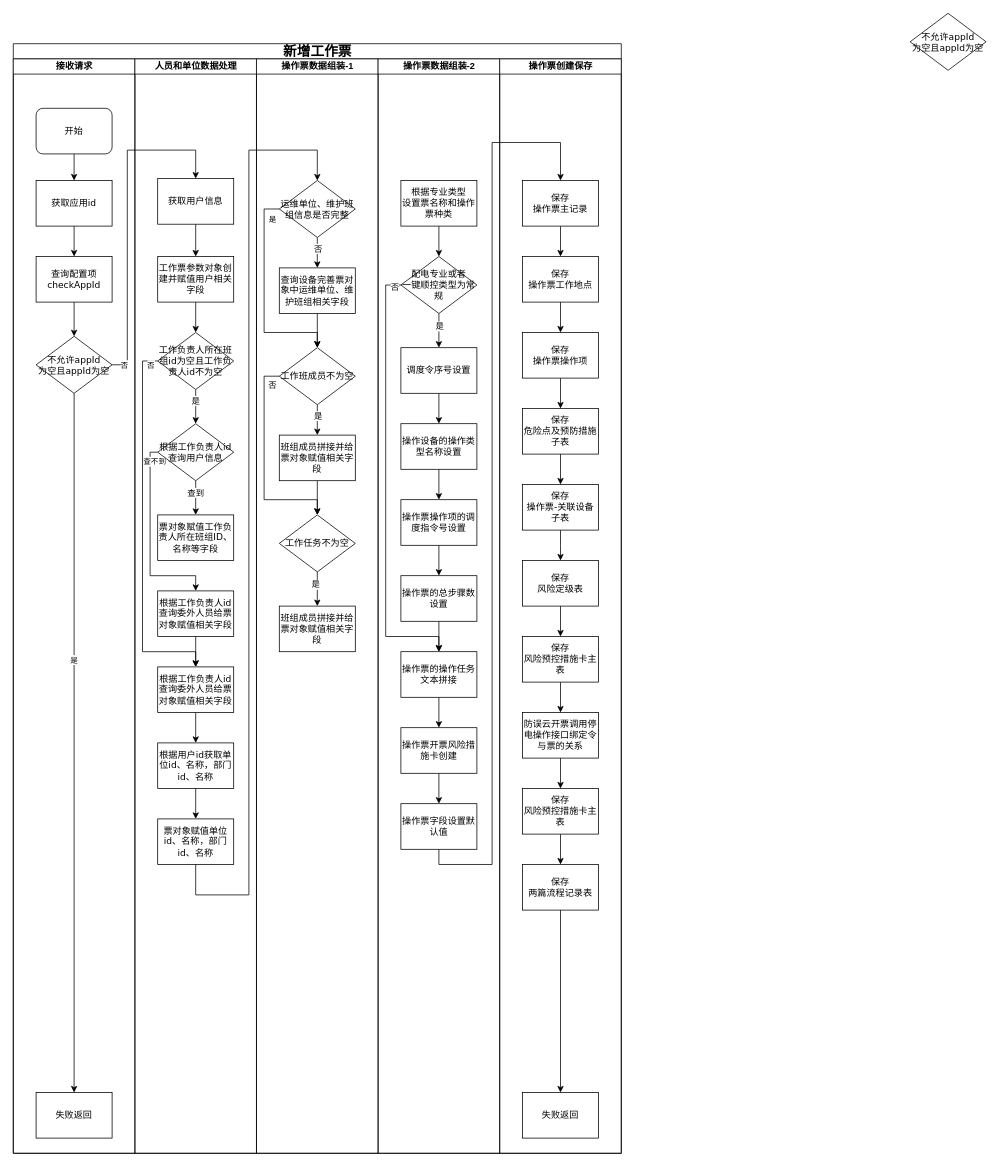
Above: 新建工作票.drawio in wwwwbo/myDraw (draw.io), before the change. Source tidied: cells renumbered, new cells numbered last; positions are measured from the earlier drawing's top-left corner, leaving out a move shared by most shapes. Both pictures are drawn from the tidied source at 76%, with x=0, y=0 at pixel (13, 13).
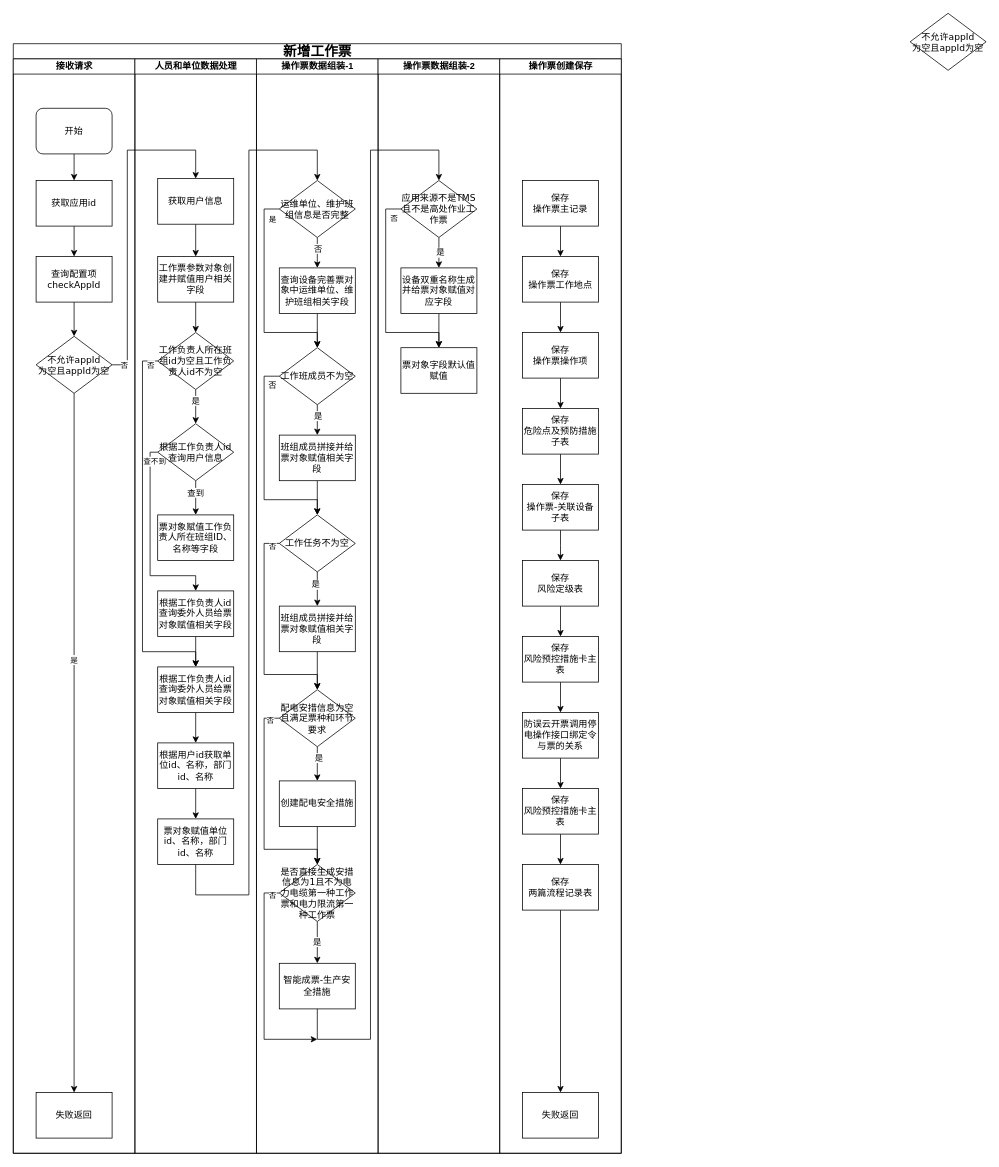
The same diagram, later.

Commit message (it also covers changes not shown here):
更新新建工作票.drawio

The change refers to these unchanged cells:
```xml
<mxCell id="2" value="&lt;font style=&quot;font-size: 18px;&quot;&gt;新增工作票&lt;/font&gt;" style="swimlane;html=1;startSize=20;rounded=0;shadow=0;labelBackgroundColor=none;strokeWidth=1;fontFamily=Verdana;fontSize=8;align=center;" parent="1" vertex="1">
  <mxGeometry y="40" width="800" height="1460" as="geometry" />
</mxCell>
<mxCell id="37" value="操作票数据组装-1" style="swimlane;html=1;startSize=20;" parent="2" vertex="1">
  <mxGeometry x="320" y="20" width="160" height="1440" as="geometry" />
</mxCell>
<mxCell id="54" value="&lt;span style=&quot;font-size: 12px;&quot;&gt;工作任务不为空&lt;/span&gt;" style="rhombus;whiteSpace=wrap;html=1;rounded=0;shadow=0;labelBackgroundColor=none;strokeWidth=1;fontFamily=Verdana;fontSize=8;align=center;" parent="37" vertex="1">
  <mxGeometry x="30" y="600" width="100" height="75" as="geometry" />
</mxCell>
<mxCell id="55" value="&lt;span style=&quot;font-size: 12px;&quot;&gt;班组成员拼接并给票对象赋值相关字段&lt;/span&gt;" style="whiteSpace=wrap;html=1;fontSize=8;fontFamily=Verdana;rounded=0;shadow=0;labelBackgroundColor=none;strokeWidth=1;" parent="37" vertex="1">
  <mxGeometry x="30" y="720" width="100" height="60" as="geometry" />
</mxCell>
<mxCell id="56" value="操作票数据组装-2" style="swimlane;html=1;startSize=20;" parent="2" vertex="1">
  <mxGeometry x="480" y="20" width="160" height="1440" as="geometry" />
</mxCell>
<mxCell id="79" value="&lt;div&gt;&lt;span style=&quot;font-size: 12px;&quot;&gt;保存&lt;/span&gt;&lt;span style=&quot;font-size: 12px;&quot;&gt;&lt;/span&gt;&lt;/div&gt;&lt;div&gt;&lt;span style=&quot;font-size: 12px;&quot;&gt;操作票主记录&lt;/span&gt;&lt;/div&gt;" style="whiteSpace=wrap;html=1;fontSize=8;fontFamily=Verdana;rounded=0;shadow=0;labelBackgroundColor=none;strokeWidth=1;" parent="77" vertex="1">
  <mxGeometry x="30" y="160" width="100" height="60" as="geometry" />
</mxCell>
```

What changed in the source:
```diff
@@
+    <mxCell id="104" style="edgeStyle=orthogonalEdgeStyle;rounded=0;jettySize=auto;html=1;exitX=0;exitY=0.5;exitDx=0;exitDy=0;" parent="37" edge="1" source="54">
+      <mxGeometry relative="1" as="geometry">
+        <mxPoint x="80" y="830" as="targetPoint" />
+        <Array as="points">
+          <mxPoint x="10" y="637" />
+          <mxPoint x="10" y="810" />
+          <mxPoint x="80" y="810" />
+        </Array>
+      </mxGeometry>
+    </mxCell>
+    <mxCell id="105" value="&lt;font style=&quot;font-size: 10px;&quot;&gt;否&lt;/font&gt;" style="edgeLabel;html=1;align=center;verticalAlign=middle;" parent="104" vertex="1">
+      <mxGeometry x="-0.93" y="3" relative="1" as="geometry" />
+    </mxCell>
@@
+    <mxCell id="106" style="edgeStyle=orthogonalEdgeStyle;rounded=0;jettySize=auto;html=1;exitX=0.5;exitY=1;exitDx=0;exitDy=0;" parent="37" edge="1" source="55" target="111">
+      <mxGeometry relative="1" as="geometry" />
+    </mxCell>
@@
+    <mxCell id="107" style="edgeStyle=orthogonalEdgeStyle;rounded=0;jettySize=auto;html=1;exitX=0.5;exitY=1;exitDx=0;exitDy=0;" parent="37" edge="1" source="111" target="113">
+      <mxGeometry relative="1" as="geometry" />
+    </mxCell>
+    <mxCell id="108" value="是" style="edgeLabel;html=1;align=center;verticalAlign=middle;" parent="107" vertex="1">
+      <mxGeometry x="-0.39" y="1" relative="1" as="geometry" />
+    </mxCell>
+    <mxCell id="109" style="edgeStyle=orthogonalEdgeStyle;rounded=0;jettySize=auto;html=1;exitX=0;exitY=0.5;exitDx=0;exitDy=0;entryX=0.5;entryY=0;entryDx=0;entryDy=0;" parent="37" edge="1" source="111" target="118">
+      <mxGeometry relative="1" as="geometry">
+        <Array as="points">
+          <mxPoint x="10" y="867" />
+          <mxPoint x="10" y="1040" />
+          <mxPoint x="80" y="1040" />
+        </Array>
+      </mxGeometry>
+    </mxCell>
+    <mxCell id="110" value="&lt;font style=&quot;font-size: 10px;&quot;&gt;否&lt;/font&gt;" style="edgeLabel;html=1;align=center;verticalAlign=middle;" parent="109" vertex="1">
+      <mxGeometry x="-0.91" y="2" relative="1" as="geometry" />
+    </mxCell>
+    <mxCell id="111" value="&lt;span style=&quot;font-size: 12px;&quot;&gt;配电安措信息为空且满足票种和环节要求&lt;/span&gt;" style="rhombus;whiteSpace=wrap;html=1;rounded=0;shadow=0;labelBackgroundColor=none;strokeWidth=1;fontFamily=Verdana;fontSize=8;align=center;" parent="37" vertex="1">
+      <mxGeometry x="30" y="830" width="100" height="75" as="geometry" />
+    </mxCell>
+    <mxCell id="112" style="edgeStyle=orthogonalEdgeStyle;rounded=0;jettySize=auto;html=1;exitX=0.5;exitY=1;exitDx=0;exitDy=0;" parent="37" edge="1" source="113" target="118">
+      <mxGeometry relative="1" as="geometry" />
+    </mxCell>
+    <mxCell id="113" value="&lt;span style=&quot;font-size: 12px;&quot;&gt;创建配电安全措施&lt;/span&gt;" style="whiteSpace=wrap;html=1;fontSize=8;fontFamily=Verdana;rounded=0;shadow=0;labelBackgroundColor=none;strokeWidth=1;" parent="37" vertex="1">
+      <mxGeometry x="30" y="950" width="100" height="60" as="geometry" />
+    </mxCell>
+    <mxCell id="114" style="edgeStyle=orthogonalEdgeStyle;rounded=0;jettySize=auto;html=1;exitX=0.5;exitY=1;exitDx=0;exitDy=0;entryX=0.5;entryY=0;entryDx=0;entryDy=0;" parent="37" edge="1" source="118" target="119">
+      <mxGeometry relative="1" as="geometry" />
+    </mxCell>
+    <mxCell id="115" value="是" style="edgeLabel;html=1;align=center;verticalAlign=middle;" parent="114" vertex="1">
+      <mxGeometry x="-0.07" y="-1" relative="1" as="geometry" />
+    </mxCell>
+    <mxCell id="116" style="edgeStyle=orthogonalEdgeStyle;rounded=0;jettySize=auto;html=1;exitX=0;exitY=0.5;exitDx=0;exitDy=0;" parent="37" edge="1" source="118">
+      <mxGeometry relative="1" as="geometry">
+        <mxPoint x="80" y="1290" as="targetPoint" />
+        <Array as="points">
+          <mxPoint x="10" y="1097" />
+          <mxPoint x="10" y="1290" />
+        </Array>
+      </mxGeometry>
+    </mxCell>
+    <mxCell id="117" value="&lt;font style=&quot;font-size: 10px;&quot;&gt;否&lt;/font&gt;" style="edgeLabel;html=1;align=center;verticalAlign=middle;" parent="116" vertex="1">
+      <mxGeometry x="-0.93" y="3" relative="1" as="geometry" />
+    </mxCell>
+    <mxCell id="118" value="&lt;span style=&quot;font-size: 12px;&quot;&gt;是否直接生成安措信息为1且不为电力电缆第一种工作票和电力限流第一种工作票&lt;/span&gt;" style="rhombus;whiteSpace=wrap;html=1;rounded=0;shadow=0;labelBackgroundColor=none;strokeWidth=1;fontFamily=Verdana;fontSize=8;align=center;" parent="37" vertex="1">
+      <mxGeometry x="30" y="1060" width="100" height="75" as="geometry" />
+    </mxCell>
+    <mxCell id="119" value="&lt;span style=&quot;font-size: 12px;&quot;&gt;智能成票-生产安全措施&lt;/span&gt;" style="whiteSpace=wrap;html=1;fontSize=8;fontFamily=Verdana;rounded=0;shadow=0;labelBackgroundColor=none;strokeWidth=1;" parent="37" vertex="1">
+      <mxGeometry x="30" y="1190" width="100" height="60" as="geometry" />
+    </mxCell>
@@
-    <mxCell id="57" style="edgeStyle=orthogonalEdgeStyle;rounded=0;jettySize=auto;html=1;entryX=0.5;entryY=0;entryDx=0;entryDy=0;" parent="56" edge="1" source="58" target="63">
-      <mxGeometry relative="1" as="geometry" />
-    </mxCell>
-    <mxCell id="58" value="&lt;span style=&quot;font-size: 12px;&quot;&gt;根据专业类型&lt;/span&gt;&lt;div&gt;&lt;span style=&quot;font-size: 12px;&quot;&gt;设置票名称和操作票种类&lt;/span&gt;&lt;/div&gt;" style="whiteSpace=wrap;html=1;fontSize=8;fontFamily=Verdana;rounded=0;shadow=0;labelBackgroundColor=none;strokeWidth=1;" parent="56" vertex="1">
-      <mxGeometry x="30" y="160" width="100" height="60" as="geometry" />
-    </mxCell>
-    <mxCell id="59" style="edgeStyle=orthogonalEdgeStyle;rounded=0;jettySize=auto;html=1;exitX=0.5;exitY=1;exitDx=0;exitDy=0;" parent="56" edge="1" source="63" target="65">
-      <mxGeometry relative="1" as="geometry" />
-    </mxCell>
-    <mxCell id="60" value="是" style="edgeLabel;html=1;align=center;verticalAlign=middle;" parent="59" vertex="1">
-      <mxGeometry x="-0.31" relative="1" as="geometry" />
-    </mxCell>
-    <mxCell id="61" style="edgeStyle=orthogonalEdgeStyle;rounded=0;jettySize=auto;html=1;exitX=0;exitY=0.5;exitDx=0;exitDy=0;entryX=0.5;entryY=0;entryDx=0;entryDy=0;" parent="56" edge="1" source="63" target="73">
-      <mxGeometry relative="1" as="geometry">
-        <Array as="points">
-          <mxPoint x="10" y="298" />
-          <mxPoint x="10" y="760" />
-          <mxPoint x="80" y="760" />
-        </Array>
-      </mxGeometry>
-    </mxCell>
-    <mxCell id="62" value="否" style="edgeLabel;html=1;align=center;verticalAlign=middle;" parent="61" vertex="1">
-      <mxGeometry x="-0.98" y="1" relative="1" as="geometry">
-        <mxPoint x="-3" y="1" as="offset" />
-      </mxGeometry>
-    </mxCell>
-    <mxCell id="63" value="&lt;span style=&quot;font-size: 12px;&quot;&gt;配电专业或者&lt;/span&gt;&lt;div&gt;&lt;span style=&quot;font-size: 12px;&quot;&gt;一键顺控类型为常规&lt;/span&gt;&lt;/div&gt;" style="rhombus;whiteSpace=wrap;html=1;rounded=0;shadow=0;labelBackgroundColor=none;strokeWidth=1;fontFamily=Verdana;fontSize=8;align=center;" parent="56" vertex="1">
-      <mxGeometry x="30" y="260" width="100" height="75" as="geometry" />
-    </mxCell>
-    <mxCell id="64" style="edgeStyle=orthogonalEdgeStyle;rounded=0;jettySize=auto;html=1;exitX=0.5;exitY=1;exitDx=0;exitDy=0;" parent="56" edge="1" source="65" target="67">
-      <mxGeometry relative="1" as="geometry" />
-    </mxCell>
-    <mxCell id="65" value="&lt;div&gt;&lt;span style=&quot;font-size: 12px;&quot;&gt;调度令序号设置&lt;/span&gt;&lt;/div&gt;" style="whiteSpace=wrap;html=1;fontSize=8;fontFamily=Verdana;rounded=0;shadow=0;labelBackgroundColor=none;strokeWidth=1;" parent="56" vertex="1">
-      <mxGeometry x="30" y="380" width="100" height="60" as="geometry" />
-    </mxCell>
-    <mxCell id="66" style="edgeStyle=orthogonalEdgeStyle;rounded=0;jettySize=auto;html=1;exitX=0.5;exitY=1;exitDx=0;exitDy=0;entryX=0.5;entryY=0;entryDx=0;entryDy=0;" parent="56" edge="1" source="67" target="69">
-      <mxGeometry relative="1" as="geometry" />
-    </mxCell>
-    <mxCell id="67" value="&lt;div&gt;&lt;span style=&quot;font-size: 12px;&quot;&gt;操作设备的操作类型名称设置&lt;/span&gt;&lt;/div&gt;" style="whiteSpace=wrap;html=1;fontSize=8;fontFamily=Verdana;rounded=0;shadow=0;labelBackgroundColor=none;strokeWidth=1;" parent="56" vertex="1">
-      <mxGeometry x="30" y="480" width="100" height="60" as="geometry" />
-    </mxCell>
-    <mxCell id="68" style="edgeStyle=orthogonalEdgeStyle;rounded=0;jettySize=auto;html=1;exitX=0.5;exitY=1;exitDx=0;exitDy=0;entryX=0.5;entryY=0;entryDx=0;entryDy=0;" parent="56" edge="1" source="69" target="71">
-      <mxGeometry relative="1" as="geometry" />
-    </mxCell>
-    <mxCell id="69" value="&lt;div&gt;&lt;span style=&quot;font-size: 12px;&quot;&gt;操作票操作项的调度指令号设置&lt;/span&gt;&lt;/div&gt;" style="whiteSpace=wrap;html=1;fontSize=8;fontFamily=Verdana;rounded=0;shadow=0;labelBackgroundColor=none;strokeWidth=1;" parent="56" vertex="1">
-      <mxGeometry x="30" y="580" width="100" height="60" as="geometry" />
-    </mxCell>
-    <mxCell id="70" style="edgeStyle=orthogonalEdgeStyle;rounded=0;jettySize=auto;html=1;exitX=0.5;exitY=1;exitDx=0;exitDy=0;entryX=0.5;entryY=0;entryDx=0;entryDy=0;" parent="56" edge="1" source="71" target="73">
-      <mxGeometry relative="1" as="geometry" />
-    </mxCell>
-    <mxCell id="71" value="&lt;div&gt;&lt;span style=&quot;font-size: 12px;&quot;&gt;操作票的总步骤数设置&lt;/span&gt;&lt;/div&gt;" style="whiteSpace=wrap;html=1;fontSize=8;fontFamily=Verdana;rounded=0;shadow=0;labelBackgroundColor=none;strokeWidth=1;" parent="56" vertex="1">
-      <mxGeometry x="30" y="680" width="100" height="60" as="geometry" />
-    </mxCell>
-    <mxCell id="72" style="edgeStyle=orthogonalEdgeStyle;rounded=0;jettySize=auto;html=1;exitX=0.5;exitY=1;exitDx=0;exitDy=0;" parent="56" edge="1" source="73" target="75">
-      <mxGeometry relative="1" as="geometry" />
-    </mxCell>
-    <mxCell id="73" value="&lt;div&gt;&lt;span style=&quot;font-size: 12px;&quot;&gt;操作票的操作任务文本拼接&lt;/span&gt;&lt;/div&gt;" style="whiteSpace=wrap;html=1;fontSize=8;fontFamily=Verdana;rounded=0;shadow=0;labelBackgroundColor=none;strokeWidth=1;" parent="56" vertex="1">
-      <mxGeometry x="30" y="780" width="100" height="60" as="geometry" />
-    </mxCell>
-    <mxCell id="74" style="edgeStyle=orthogonalEdgeStyle;rounded=0;jettySize=auto;html=1;exitX=0.5;exitY=1;exitDx=0;exitDy=0;entryX=0.5;entryY=0;entryDx=0;entryDy=0;" parent="56" edge="1" source="75" target="76">
-      <mxGeometry relative="1" as="geometry" />
-    </mxCell>
-    <mxCell id="75" value="&lt;div&gt;&lt;span style=&quot;font-size: 12px;&quot;&gt;操作票开票风险措施卡创建&lt;/span&gt;&lt;/div&gt;" style="whiteSpace=wrap;html=1;fontSize=8;fontFamily=Verdana;rounded=0;shadow=0;labelBackgroundColor=none;strokeWidth=1;" parent="56" vertex="1">
-      <mxGeometry x="30" y="880" width="100" height="60" as="geometry" />
-    </mxCell>
-    <mxCell id="76" value="&lt;div&gt;&lt;span style=&quot;font-size: 12px;&quot;&gt;操作票字段设置默认值&lt;/span&gt;&lt;/div&gt;" style="whiteSpace=wrap;html=1;fontSize=8;fontFamily=Verdana;rounded=0;shadow=0;labelBackgroundColor=none;strokeWidth=1;" parent="56" vertex="1">
-      <mxGeometry x="30" y="980" width="100" height="60" as="geometry" />
-    </mxCell>
+    <mxCell id="120" style="edgeStyle=orthogonalEdgeStyle;rounded=0;jettySize=auto;html=1;exitX=0.5;exitY=1;exitDx=0;exitDy=0;entryX=0.5;entryY=0;entryDx=0;entryDy=0;" parent="56" edge="1" source="124" target="126">
+      <mxGeometry relative="1" as="geometry" />
+    </mxCell>
+    <mxCell id="121" value="是" style="edgeLabel;html=1;align=center;verticalAlign=middle;" parent="120" vertex="1">
+      <mxGeometry x="-0.07" y="1" relative="1" as="geometry" />
+    </mxCell>
+    <mxCell id="122" style="edgeStyle=orthogonalEdgeStyle;rounded=0;jettySize=auto;html=1;exitX=0;exitY=0.5;exitDx=0;exitDy=0;" parent="56" edge="1" source="124" target="127">
+      <mxGeometry relative="1" as="geometry">
+        <Array as="points">
+          <mxPoint x="10" y="197" />
+          <mxPoint x="10" y="360" />
+          <mxPoint x="80" y="360" />
+        </Array>
+      </mxGeometry>
+    </mxCell>
+    <mxCell id="123" value="&lt;font style=&quot;font-size: 10px;&quot;&gt;否&lt;/font&gt;" style="edgeLabel;html=1;align=center;verticalAlign=middle;" parent="122" vertex="1">
+      <mxGeometry x="-0.93" y="1" relative="1" as="geometry">
+        <mxPoint y="11" as="offset" />
+      </mxGeometry>
+    </mxCell>
+    <mxCell id="124" value="&lt;span style=&quot;font-size: 12px;&quot;&gt;应用来源不是TMS&lt;/span&gt;&lt;div&gt;&lt;span style=&quot;font-size: 12px;&quot;&gt;且不是高处作业工作票&lt;/span&gt;&lt;/div&gt;" style="rhombus;whiteSpace=wrap;html=1;rounded=0;shadow=0;labelBackgroundColor=none;strokeWidth=1;fontFamily=Verdana;fontSize=8;align=center;" parent="56" vertex="1">
+      <mxGeometry x="30" y="160" width="100" height="75" as="geometry" />
+    </mxCell>
+    <mxCell id="125" style="edgeStyle=orthogonalEdgeStyle;rounded=0;jettySize=auto;html=1;exitX=0.5;exitY=1;exitDx=0;exitDy=0;entryX=0.5;entryY=0;entryDx=0;entryDy=0;" parent="56" edge="1" source="126" target="127">
+      <mxGeometry relative="1" as="geometry" />
+    </mxCell>
+    <mxCell id="126" value="&lt;span style=&quot;font-size: 12px;&quot;&gt;设备双重名称生成并给票对象赋值对应字段&lt;/span&gt;" style="whiteSpace=wrap;html=1;fontSize=8;fontFamily=Verdana;rounded=0;shadow=0;labelBackgroundColor=none;strokeWidth=1;" parent="56" vertex="1">
+      <mxGeometry x="30" y="275" width="100" height="60" as="geometry" />
+    </mxCell>
+    <mxCell id="127" value="&lt;span style=&quot;font-size: 12px;&quot;&gt;票对象字段默认值赋值&lt;/span&gt;" style="whiteSpace=wrap;html=1;fontSize=8;fontFamily=Verdana;rounded=0;shadow=0;labelBackgroundColor=none;strokeWidth=1;" parent="56" vertex="1">
+      <mxGeometry x="30" y="380" width="100" height="60" as="geometry" />
+    </mxCell>
@@
-    <mxCell id="101" style="edgeStyle=orthogonalEdgeStyle;rounded=0;jettySize=auto;html=1;exitX=0.5;exitY=1;exitDx=0;exitDy=0;entryX=0.5;entryY=0;entryDx=0;entryDy=0;" parent="2" edge="1" source="76" target="79">
-      <mxGeometry relative="1" as="geometry">
-        <Array as="points">
-          <mxPoint x="560" y="1080" />
-          <mxPoint x="630" y="1080" />
-          <mxPoint x="630" y="130" />
-          <mxPoint x="720" y="130" />
-        </Array>
-      </mxGeometry>
-    </mxCell>
@@
+    <mxCell id="128" style="edgeStyle=orthogonalEdgeStyle;rounded=0;jettySize=auto;html=1;exitX=0.5;exitY=1;exitDx=0;exitDy=0;entryX=0.5;entryY=0;entryDx=0;entryDy=0;" parent="2" edge="1" source="119" target="124">
+      <mxGeometry relative="1" as="geometry">
+        <Array as="points">
+          <mxPoint x="400" y="1310" />
+          <mxPoint x="470" y="1310" />
+          <mxPoint x="470" y="140" />
+          <mxPoint x="560" y="140" />
+        </Array>
+      </mxGeometry>
+    </mxCell>
```
